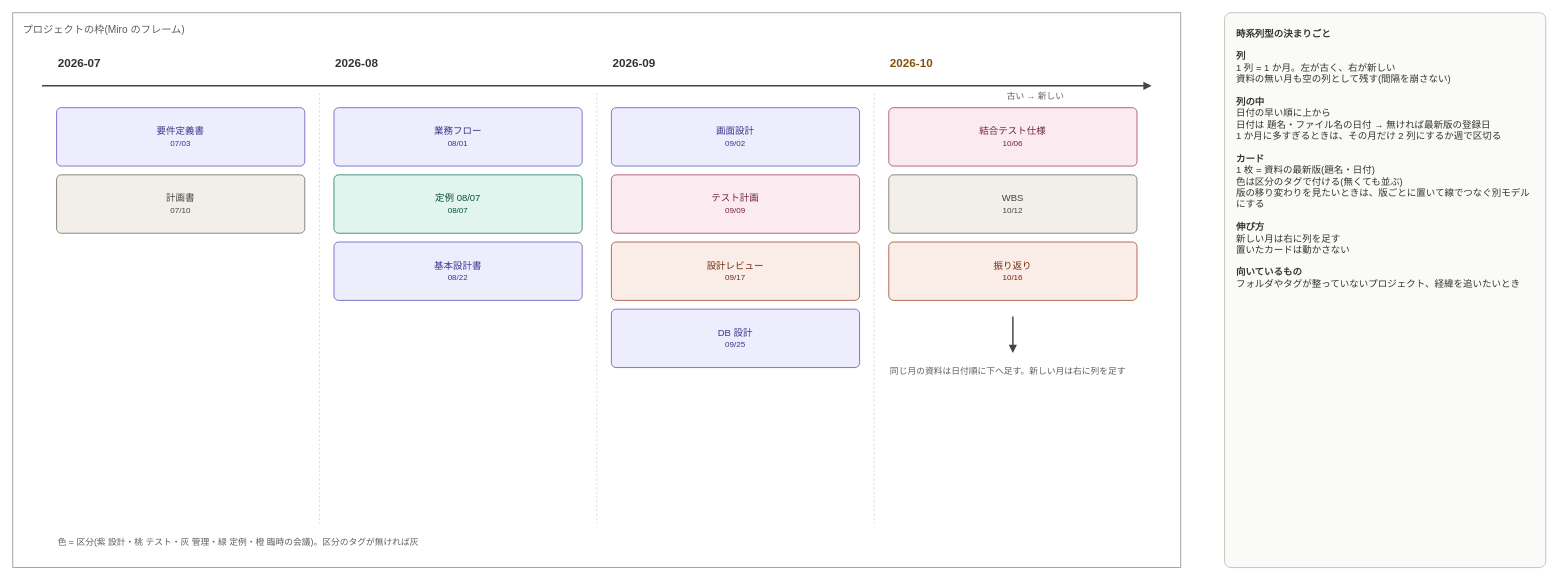
This is docs/miro-layouts/timeline.drawio from EARCE9000/document-manager, a draw.io file, before an edit. Source tidied: cells renumbered, new cells numbered last; positions are measured from the earlier drawing's top-left corner, leaving out a move shared by most shapes. Both pictures are drawn from the tidied source at 73%, with x=0, y=0 at pixel (12, 12).
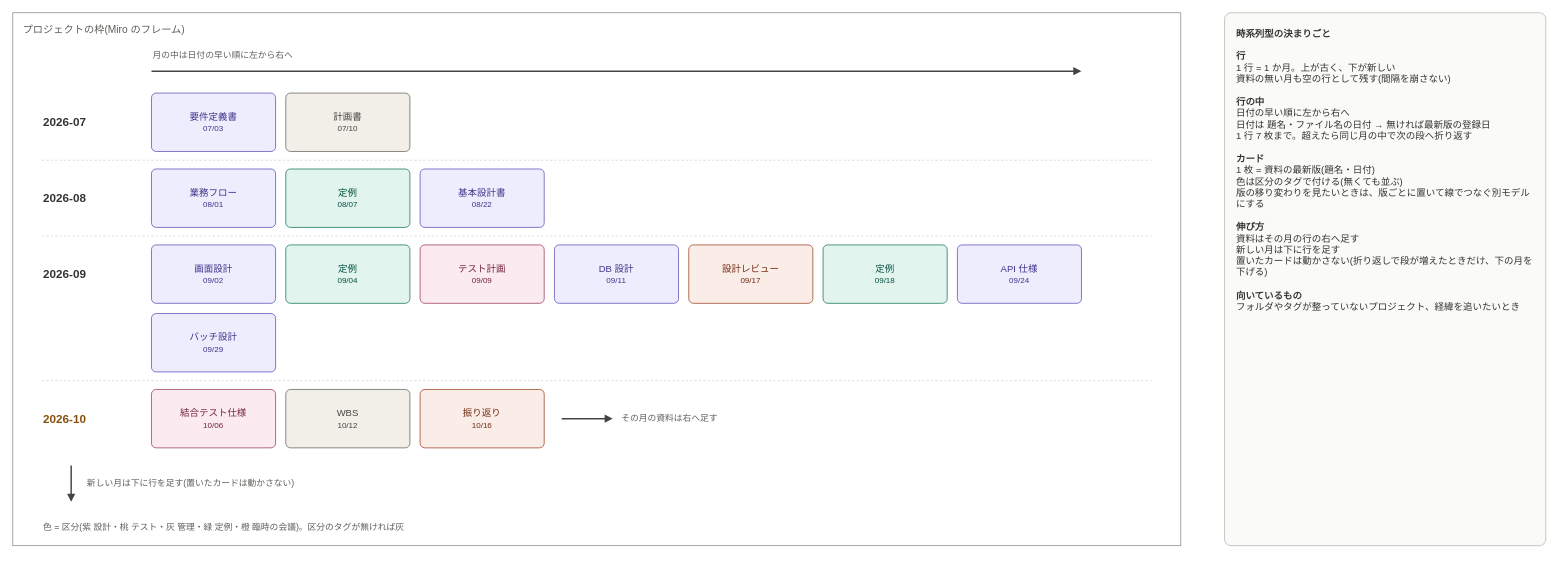
The same diagram, later.

Commit message (it also covers changes not shown here):
Miro の並べ方のモデル: 時系列型を縦 = 月・横 = 日付順に変え、十字型の線と文字の重なりを直した

What changed in the source:
```diff
@@
+    <mxCell id="28" value="プロジェクトの枠(Miro のフレーム)" style="rounded=0;whiteSpace=wrap;html=1;fillColor=none;strokeColor=#888780;verticalAlign=top;align=left;spacingLeft=12;spacingTop=8;fontSize=14;fontColor=#5F5E5A;" parent="1" vertex="1">
+      <mxGeometry width="1600" height="730" as="geometry" />
+    </mxCell>
-    <mxCell id="2" value="プロジェクトの枠(Miro のフレーム)" style="rounded=0;whiteSpace=wrap;html=1;fillColor=#FFFFFF;strokeColor=#888780;verticalAlign=top;align=left;spacingLeft=12;spacingTop=8;fontSize=14;fontColor=#5F5E5A;" parent="1" vertex="1">
-      <mxGeometry width="1600" height="760" as="geometry" />
+    <mxCell id="2" style="endArrow=block;html=1;strokeColor=#444441;strokeWidth=2;" parent="1" edge="1">
+      <mxGeometry relative="1" as="geometry">
+        <mxPoint x="190" y="80" as="sourcePoint" />
+        <mxPoint x="1464" y="80" as="targetPoint" />
+      </mxGeometry>
     </mxCell>
-    <mxCell id="3" style="endArrow=block;html=1;strokeColor=#444441;strokeWidth=2;" parent="1" edge="1">
-      <mxGeometry relative="1" as="geometry">
-        <mxPoint x="40" y="100" as="sourcePoint" />
-        <mxPoint x="1560" y="100" as="targetPoint" />
-      </mxGeometry>
+    <mxCell id="3" value="月の中は日付の早い順に左から右へ" style="text;html=1;align=left;verticalAlign=middle;whiteSpace=wrap;fontSize=12;fontStyle=0;fontColor=#5F5E5A;" parent="1" vertex="1">
+      <mxGeometry x="190" y="46" width="400" height="24" as="geometry" />
     </mxCell>
-    <mxCell id="4" value="古い → 新しい" style="text;html=1;align=left;verticalAlign=middle;whiteSpace=wrap;fontSize=12;fontStyle=0;fontColor=#5F5E5A;" parent="1" vertex="1">
-      <mxGeometry x="1360" y="104" width="200" height="22" as="geometry" />
+    <mxCell id="4" value="2026-07" style="text;html=1;align=left;verticalAlign=middle;whiteSpace=wrap;fontSize=16;fontStyle=1;fontColor=#333333;" parent="1" vertex="1">
+      <mxGeometry x="40" y="110" width="130" height="80" as="geometry" />
     </mxCell>
-    <mxCell id="5" value="2026-07" style="text;html=1;align=left;verticalAlign=middle;whiteSpace=wrap;fontSize=16;fontStyle=1;fontColor=#333333;" parent="1" vertex="1">
-      <mxGeometry x="60" y="54" width="340" height="30" as="geometry" />
+    <mxCell id="5" value="要件定義書&lt;br&gt;&lt;span style=&quot;font-size:11px&quot;&gt;07/03&lt;/span&gt;" style="rounded=1;arcSize=8;whiteSpace=wrap;html=1;fillColor=#EEEDFE;strokeColor=#534AB7;fontColor=#3C3489;fontSize=13;" parent="1" vertex="1">
+      <mxGeometry x="190" y="110" width="170" height="80" as="geometry" />
     </mxCell>
-    <mxCell id="6" value="要件定義書&lt;br&gt;&lt;span style=&quot;font-size:11px&quot;&gt;07/03&lt;/span&gt;" style="rounded=1;arcSize=8;whiteSpace=wrap;html=1;fillColor=#EEEDFE;strokeColor=#534AB7;fontColor=#3C3489;fontSize=13;" parent="1" vertex="1">
-      <mxGeometry x="60" y="130" width="340" height="80" as="geometry" />
+    <mxCell id="6" value="計画書&lt;br&gt;&lt;span style=&quot;font-size:11px&quot;&gt;07/10&lt;/span&gt;" style="rounded=1;arcSize=8;whiteSpace=wrap;html=1;fillColor=#F1EFE8;strokeColor=#5F5E5A;fontColor=#444441;fontSize=13;" parent="1" vertex="1">
+      <mxGeometry x="374" y="110" width="170" height="80" as="geometry" />
     </mxCell>
-    <mxCell id="7" value="計画書&lt;br&gt;&lt;span style=&quot;font-size:11px&quot;&gt;07/10&lt;/span&gt;" style="rounded=1;arcSize=8;whiteSpace=wrap;html=1;fillColor=#F1EFE8;strokeColor=#5F5E5A;fontColor=#444441;fontSize=13;" parent="1" vertex="1">
-      <mxGeometry x="60" y="222" width="340" height="80" as="geometry" />
+    <mxCell id="7" style="endArrow=none;html=1;strokeColor=#D3D1C7;strokeWidth=1;dashed=1;" parent="1" edge="1">
+      <mxGeometry relative="1" as="geometry">
+        <mxPoint x="40" y="202" as="sourcePoint" />
+        <mxPoint x="1560" y="202" as="targetPoint" />
+      </mxGeometry>
     </mxCell>
     <mxCell id="8" value="2026-08" style="text;html=1;align=left;verticalAlign=middle;whiteSpace=wrap;fontSize=16;fontStyle=1;fontColor=#333333;" parent="1" vertex="1">
-      <mxGeometry x="440" y="54" width="340" height="30" as="geometry" />
+      <mxGeometry x="40" y="214" width="130" height="80" as="geometry" />
     </mxCell>
-    <mxCell id="9" style="endArrow=none;html=1;strokeColor=#D3D1C7;strokeWidth=1;dashed=1;" parent="1" edge="1">
-      <mxGeometry relative="1" as="geometry">
-        <mxPoint x="420" y="110" as="sourcePoint" />
-        <mxPoint x="420" y="700" as="targetPoint" />
-      </mxGeometry>
+    <mxCell id="9" value="業務フロー&lt;br&gt;&lt;span style=&quot;font-size:11px&quot;&gt;08/01&lt;/span&gt;" style="rounded=1;arcSize=8;whiteSpace=wrap;html=1;fillColor=#EEEDFE;strokeColor=#534AB7;fontColor=#3C3489;fontSize=13;" parent="1" vertex="1">
+      <mxGeometry x="190" y="214" width="170" height="80" as="geometry" />
     </mxCell>
-    <mxCell id="10" value="業務フロー&lt;br&gt;&lt;span style=&quot;font-size:11px&quot;&gt;08/01&lt;/span&gt;" style="rounded=1;arcSize=8;whiteSpace=wrap;html=1;fillColor=#EEEDFE;strokeColor=#534AB7;fontColor=#3C3489;fontSize=13;" parent="1" vertex="1">
-      <mxGeometry x="440" y="130" width="340" height="80" as="geometry" />
+    <mxCell id="10" value="定例&lt;br&gt;&lt;span style=&quot;font-size:11px&quot;&gt;08/07&lt;/span&gt;" style="rounded=1;arcSize=8;whiteSpace=wrap;html=1;fillColor=#E1F5EE;strokeColor=#0F6E56;fontColor=#085041;fontSize=13;" parent="1" vertex="1">
+      <mxGeometry x="374" y="214" width="170" height="80" as="geometry" />
     </mxCell>
-    <mxCell id="11" value="定例 08/07&lt;br&gt;&lt;span style=&quot;font-size:11px&quot;&gt;08/07&lt;/span&gt;" style="rounded=1;arcSize=8;whiteSpace=wrap;html=1;fillColor=#E1F5EE;strokeColor=#0F6E56;fontColor=#085041;fontSize=13;" parent="1" vertex="1">
-      <mxGeometry x="440" y="222" width="340" height="80" as="geometry" />
+    <mxCell id="11" value="基本設計書&lt;br&gt;&lt;span style=&quot;font-size:11px&quot;&gt;08/22&lt;/span&gt;" style="rounded=1;arcSize=8;whiteSpace=wrap;html=1;fillColor=#EEEDFE;strokeColor=#534AB7;fontColor=#3C3489;fontSize=13;" parent="1" vertex="1">
+      <mxGeometry x="558" y="214" width="170" height="80" as="geometry" />
     </mxCell>
-    <mxCell id="12" value="基本設計書&lt;br&gt;&lt;span style=&quot;font-size:11px&quot;&gt;08/22&lt;/span&gt;" style="rounded=1;arcSize=8;whiteSpace=wrap;html=1;fillColor=#EEEDFE;strokeColor=#534AB7;fontColor=#3C3489;fontSize=13;" parent="1" vertex="1">
-      <mxGeometry x="440" y="314" width="340" height="80" as="geometry" />
+    <mxCell id="12" style="endArrow=none;html=1;strokeColor=#D3D1C7;strokeWidth=1;dashed=1;" parent="1" edge="1">
+      <mxGeometry relative="1" as="geometry">
+        <mxPoint x="40" y="306" as="sourcePoint" />
+        <mxPoint x="1560" y="306" as="targetPoint" />
+      </mxGeometry>
     </mxCell>
     <mxCell id="13" value="2026-09" style="text;html=1;align=left;verticalAlign=middle;whiteSpace=wrap;fontSize=16;fontStyle=1;fontColor=#333333;" parent="1" vertex="1">
-      <mxGeometry x="820" y="54" width="340" height="30" as="geometry" />
+      <mxGeometry x="40" y="318" width="130" height="80" as="geometry" />
     </mxCell>
-    <mxCell id="14" style="endArrow=none;html=1;strokeColor=#D3D1C7;strokeWidth=1;dashed=1;" parent="1" edge="1">
-      <mxGeometry relative="1" as="geometry">
-        <mxPoint x="800" y="110" as="sourcePoint" />
-        <mxPoint x="800" y="700" as="targetPoint" />
-      </mxGeometry>
+    <mxCell id="14" value="画面設計&lt;br&gt;&lt;span style=&quot;font-size:11px&quot;&gt;09/02&lt;/span&gt;" style="rounded=1;arcSize=8;whiteSpace=wrap;html=1;fillColor=#EEEDFE;strokeColor=#534AB7;fontColor=#3C3489;fontSize=13;" parent="1" vertex="1">
+      <mxGeometry x="190" y="318" width="170" height="80" as="geometry" />
     </mxCell>
-    <mxCell id="15" value="画面設計&lt;br&gt;&lt;span style=&quot;font-size:11px&quot;&gt;09/02&lt;/span&gt;" style="rounded=1;arcSize=8;whiteSpace=wrap;html=1;fillColor=#EEEDFE;strokeColor=#534AB7;fontColor=#3C3489;fontSize=13;" parent="1" vertex="1">
-      <mxGeometry x="820" y="130" width="340" height="80" as="geometry" />
+    <mxCell id="15" value="定例&lt;br&gt;&lt;span style=&quot;font-size:11px&quot;&gt;09/04&lt;/span&gt;" style="rounded=1;arcSize=8;whiteSpace=wrap;html=1;fillColor=#E1F5EE;strokeColor=#0F6E56;fontColor=#085041;fontSize=13;" parent="1" vertex="1">
+      <mxGeometry x="374" y="318" width="170" height="80" as="geometry" />
     </mxCell>
     <mxCell id="16" value="テスト計画&lt;br&gt;&lt;span style=&quot;font-size:11px&quot;&gt;09/09&lt;/span&gt;" style="rounded=1;arcSize=8;whiteSpace=wrap;html=1;fillColor=#FBEAF0;strokeColor=#993556;fontColor=#72243E;fontSize=13;" parent="1" vertex="1">
-      <mxGeometry x="820" y="222" width="340" height="80" as="geometry" />
+      <mxGeometry x="558" y="318" width="170" height="80" as="geometry" />
     </mxCell>
-    <mxCell id="17" value="設計レビュー&lt;br&gt;&lt;span style=&quot;font-size:11px&quot;&gt;09/17&lt;/span&gt;" style="rounded=1;arcSize=8;whiteSpace=wrap;html=1;fillColor=#FAECE7;strokeColor=#993C1D;fontColor=#712B13;fontSize=13;" parent="1" vertex="1">
-      <mxGeometry x="820" y="314" width="340" height="80" as="geometry" />
+    <mxCell id="17" value="DB 設計&lt;br&gt;&lt;span style=&quot;font-size:11px&quot;&gt;09/11&lt;/span&gt;" style="rounded=1;arcSize=8;whiteSpace=wrap;html=1;fillColor=#EEEDFE;strokeColor=#534AB7;fontColor=#3C3489;fontSize=13;" parent="1" vertex="1">
+      <mxGeometry x="742" y="318" width="170" height="80" as="geometry" />
     </mxCell>
-    <mxCell id="18" value="DB 設計&lt;br&gt;&lt;span style=&quot;font-size:11px&quot;&gt;09/25&lt;/span&gt;" style="rounded=1;arcSize=8;whiteSpace=wrap;html=1;fillColor=#EEEDFE;strokeColor=#534AB7;fontColor=#3C3489;fontSize=13;" parent="1" vertex="1">
-      <mxGeometry x="820" y="406" width="340" height="80" as="geometry" />
+    <mxCell id="18" value="設計レビュー&lt;br&gt;&lt;span style=&quot;font-size:11px&quot;&gt;09/17&lt;/span&gt;" style="rounded=1;arcSize=8;whiteSpace=wrap;html=1;fillColor=#FAECE7;strokeColor=#993C1D;fontColor=#712B13;fontSize=13;" parent="1" vertex="1">
+      <mxGeometry x="926" y="318" width="170" height="80" as="geometry" />
     </mxCell>
-    <mxCell id="19" value="2026-10" style="text;html=1;align=left;verticalAlign=middle;whiteSpace=wrap;fontSize=16;fontStyle=1;fontColor=#854F0B;" parent="1" vertex="1">
-      <mxGeometry x="1200" y="54" width="340" height="30" as="geometry" />
+    <mxCell id="19" value="定例&lt;br&gt;&lt;span style=&quot;font-size:11px&quot;&gt;09/18&lt;/span&gt;" style="rounded=1;arcSize=8;whiteSpace=wrap;html=1;fillColor=#E1F5EE;strokeColor=#0F6E56;fontColor=#085041;fontSize=13;" parent="1" vertex="1">
+      <mxGeometry x="1110" y="318" width="170" height="80" as="geometry" />
     </mxCell>
-    <mxCell id="20" style="endArrow=none;html=1;strokeColor=#D3D1C7;strokeWidth=1;dashed=1;" parent="1" edge="1">
-      <mxGeometry relative="1" as="geometry">
-        <mxPoint x="1180" y="110" as="sourcePoint" />
-        <mxPoint x="1180" y="700" as="targetPoint" />
-      </mxGeometry>
+    <mxCell id="20" value="API 仕様&lt;br&gt;&lt;span style=&quot;font-size:11px&quot;&gt;09/24&lt;/span&gt;" style="rounded=1;arcSize=8;whiteSpace=wrap;html=1;fillColor=#EEEDFE;strokeColor=#534AB7;fontColor=#3C3489;fontSize=13;" parent="1" vertex="1">
+      <mxGeometry x="1294" y="318" width="170" height="80" as="geometry" />
     </mxCell>
-    <mxCell id="21" value="結合テスト仕様&lt;br&gt;&lt;span style=&quot;font-size:11px&quot;&gt;10/06&lt;/span&gt;" style="rounded=1;arcSize=8;whiteSpace=wrap;html=1;fillColor=#FBEAF0;strokeColor=#993556;fontColor=#72243E;fontSize=13;" parent="1" vertex="1">
-      <mxGeometry x="1200" y="130" width="340" height="80" as="geometry" />
+    <mxCell id="21" value="バッチ設計&lt;br&gt;&lt;span style=&quot;font-size:11px&quot;&gt;09/29&lt;/span&gt;" style="rounded=1;arcSize=8;whiteSpace=wrap;html=1;fillColor=#EEEDFE;strokeColor=#534AB7;fontColor=#3C3489;fontSize=13;" parent="1" vertex="1">
+      <mxGeometry x="190" y="412" width="170" height="80" as="geometry" />
     </mxCell>
-    <mxCell id="22" value="WBS&lt;br&gt;&lt;span style=&quot;font-size:11px&quot;&gt;10/12&lt;/span&gt;" style="rounded=1;arcSize=8;whiteSpace=wrap;html=1;fillColor=#F1EFE8;strokeColor=#5F5E5A;fontColor=#444441;fontSize=13;" parent="1" vertex="1">
-      <mxGeometry x="1200" y="222" width="340" height="80" as="geometry" />
+    <mxCell id="22" style="endArrow=none;html=1;strokeColor=#D3D1C7;strokeWidth=1;dashed=1;" parent="1" edge="1">
+      <mxGeometry relative="1" as="geometry">
+        <mxPoint x="40" y="504" as="sourcePoint" />
+        <mxPoint x="1560" y="504" as="targetPoint" />
+      </mxGeometry>
     </mxCell>
-    <mxCell id="23" value="振り返り&lt;br&gt;&lt;span style=&quot;font-size:11px&quot;&gt;10/16&lt;/span&gt;" style="rounded=1;arcSize=8;whiteSpace=wrap;html=1;fillColor=#FAECE7;strokeColor=#993C1D;fontColor=#712B13;fontSize=13;" parent="1" vertex="1">
-      <mxGeometry x="1200" y="314" width="340" height="80" as="geometry" />
+    <mxCell id="23" value="2026-10" style="text;html=1;align=left;verticalAlign=middle;whiteSpace=wrap;fontSize=16;fontStyle=1;fontColor=#854F0B;" parent="1" vertex="1">
+      <mxGeometry x="40" y="516" width="130" height="80" as="geometry" />
     </mxCell>
-    <mxCell id="24" style="endArrow=block;html=1;strokeColor=#444441;strokeWidth=2;" parent="1" edge="1">
-      <mxGeometry relative="1" as="geometry">
-        <mxPoint x="1370" y="416" as="sourcePoint" />
-        <mxPoint x="1370" y="466" as="targetPoint" />
-      </mxGeometry>
+    <mxCell id="24" value="結合テスト仕様&lt;br&gt;&lt;span style=&quot;font-size:11px&quot;&gt;10/06&lt;/span&gt;" style="rounded=1;arcSize=8;whiteSpace=wrap;html=1;fillColor=#FBEAF0;strokeColor=#993556;fontColor=#72243E;fontSize=13;" parent="1" vertex="1">
+      <mxGeometry x="190" y="516" width="170" height="80" as="geometry" />
     </mxCell>
-    <mxCell id="25" value="同じ月の資料は日付順に下へ足す。新しい月は右に列を足す" style="text;html=1;align=left;verticalAlign=middle;whiteSpace=wrap;fontSize=12;fontStyle=0;fontColor=#5F5E5A;" parent="1" vertex="1">
-      <mxGeometry x="1200" y="472" width="340" height="40" as="geometry" />
+    <mxCell id="25" value="WBS&lt;br&gt;&lt;span style=&quot;font-size:11px&quot;&gt;10/12&lt;/span&gt;" style="rounded=1;arcSize=8;whiteSpace=wrap;html=1;fillColor=#F1EFE8;strokeColor=#5F5E5A;fontColor=#444441;fontSize=13;" parent="1" vertex="1">
+      <mxGeometry x="374" y="516" width="170" height="80" as="geometry" />
     </mxCell>
-    <mxCell id="26" value="色 = 区分(紫 設計・桃 テスト・灰 管理・緑 定例・橙 臨時の会議)。区分のタグが無ければ灰" style="text;html=1;align=left;verticalAlign=middle;whiteSpace=wrap;fontSize=12;fontStyle=0;fontColor=#5F5E5A;" parent="1" vertex="1">
-      <mxGeometry x="60" y="710" width="1000" height="30" as="geometry" />
+    <mxCell id="26" value="振り返り&lt;br&gt;&lt;span style=&quot;font-size:11px&quot;&gt;10/16&lt;/span&gt;" style="rounded=1;arcSize=8;whiteSpace=wrap;html=1;fillColor=#FAECE7;strokeColor=#993C1D;fontColor=#712B13;fontSize=13;" parent="1" vertex="1">
+      <mxGeometry x="558" y="516" width="170" height="80" as="geometry" />
     </mxCell>
-    <mxCell id="27" value="&lt;b&gt;時系列型の決まりごと&lt;/b&gt;&lt;br&gt;&lt;br&gt;&lt;b&gt;列&lt;/b&gt;&lt;br&gt;1 列 = 1 か月。左が古く、右が新しい&lt;br&gt;資料の無い月も空の列として残す(間隔を崩さない)&lt;br&gt;&lt;br&gt;&lt;b&gt;列の中&lt;/b&gt;&lt;br&gt;日付の早い順に上から&lt;br&gt;日付は 題名・ファイル名の日付 → 無ければ最新版の登録日&lt;br&gt;1 か月に多すぎるときは、その月だけ 2 列にするか週で区切る&lt;br&gt;&lt;br&gt;&lt;b&gt;カード&lt;/b&gt;&lt;br&gt;1 枚 = 資料の最新版(題名・日付)&lt;br&gt;色は区分のタグで付ける(無くても並ぶ)&lt;br&gt;版の移り変わりを見たいときは、版ごとに置いて線でつなぐ別モデルにする&lt;br&gt;&lt;br&gt;&lt;b&gt;伸び方&lt;/b&gt;&lt;br&gt;新しい月は右に列を足す&lt;br&gt;置いたカードは動かさない&lt;br&gt;&lt;br&gt;&lt;b&gt;向いているもの&lt;/b&gt;&lt;br&gt;フォルダやタグが整っていないプロジェクト、経緯を追いたいとき" style="rounded=1;arcSize=2;whiteSpace=wrap;html=1;align=left;verticalAlign=top;spacing=16;fillColor=#FAFAF8;strokeColor=#B4B2A9;fontSize=13;fontColor=#333333;" parent="1" vertex="1">
-      <mxGeometry x="1660" width="440" height="760" as="geometry" />
+    <mxCell id="27" style="endArrow=block;html=1;strokeColor=#444441;strokeWidth=2;" parent="1" edge="1">
+      <mxGeometry relative="1" as="geometry">
+        <mxPoint x="752" y="556" as="sourcePoint" />
+        <mxPoint x="822" y="556" as="targetPoint" />
+      </mxGeometry>
     </mxCell>
+    <mxCell id="29" value="その月の資料は右へ足す" style="text;html=1;align=left;verticalAlign=middle;whiteSpace=wrap;fontSize=12;fontStyle=0;fontColor=#5F5E5A;" parent="1" vertex="1">
+      <mxGeometry x="832" y="516" width="300" height="80" as="geometry" />
+    </mxCell>
+    <mxCell id="30" style="endArrow=block;html=1;strokeColor=#444441;strokeWidth=2;" parent="1" edge="1">
+      <mxGeometry relative="1" as="geometry">
+        <mxPoint x="80" y="620" as="sourcePoint" />
+        <mxPoint x="80" y="670" as="targetPoint" />
+      </mxGeometry>
+    </mxCell>
+    <mxCell id="31" value="新しい月は下に行を足す(置いたカードは動かさない)" style="text;html=1;align=left;verticalAlign=middle;whiteSpace=wrap;fontSize=12;fontStyle=0;fontColor=#5F5E5A;" parent="1" vertex="1">
+      <mxGeometry x="100" y="630" width="400" height="30" as="geometry" />
+    </mxCell>
+    <mxCell id="32" value="色 = 区分(紫 設計・桃 テスト・灰 管理・緑 定例・橙 臨時の会議)。区分のタグが無ければ灰" style="text;html=1;align=left;verticalAlign=middle;whiteSpace=wrap;fontSize=12;fontStyle=0;fontColor=#5F5E5A;" parent="1" vertex="1">
+      <mxGeometry x="40" y="690" width="1000" height="30" as="geometry" />
+    </mxCell>
+    <mxCell id="33" value="&lt;b&gt;時系列型の決まりごと&lt;/b&gt;&lt;br&gt;&lt;br&gt;&lt;b&gt;行&lt;/b&gt;&lt;br&gt;1 行 = 1 か月。上が古く、下が新しい&lt;br&gt;資料の無い月も空の行として残す(間隔を崩さない)&lt;br&gt;&lt;br&gt;&lt;b&gt;行の中&lt;/b&gt;&lt;br&gt;日付の早い順に左から右へ&lt;br&gt;日付は 題名・ファイル名の日付 → 無ければ最新版の登録日&lt;br&gt;1 行 7 枚まで。超えたら同じ月の中で次の段へ折り返す&lt;br&gt;&lt;br&gt;&lt;b&gt;カード&lt;/b&gt;&lt;br&gt;1 枚 = 資料の最新版(題名・日付)&lt;br&gt;色は区分のタグで付ける(無くても並ぶ)&lt;br&gt;版の移り変わりを見たいときは、版ごとに置いて線でつなぐ別モデルにする&lt;br&gt;&lt;br&gt;&lt;b&gt;伸び方&lt;/b&gt;&lt;br&gt;資料はその月の行の右へ足す&lt;br&gt;新しい月は下に行を足す&lt;br&gt;置いたカードは動かさない(折り返しで段が増えたときだけ、下の月を下げる)&lt;br&gt;&lt;br&gt;&lt;b&gt;向いているもの&lt;/b&gt;&lt;br&gt;フォルダやタグが整っていないプロジェクト、経緯を追いたいとき" style="rounded=1;arcSize=2;whiteSpace=wrap;html=1;align=left;verticalAlign=top;spacing=16;fillColor=#FAFAF8;strokeColor=#B4B2A9;fontSize=13;fontColor=#333333;" parent="1" vertex="1">
+      <mxGeometry x="1660" width="440" height="730" as="geometry" />
+    </mxCell>
```
